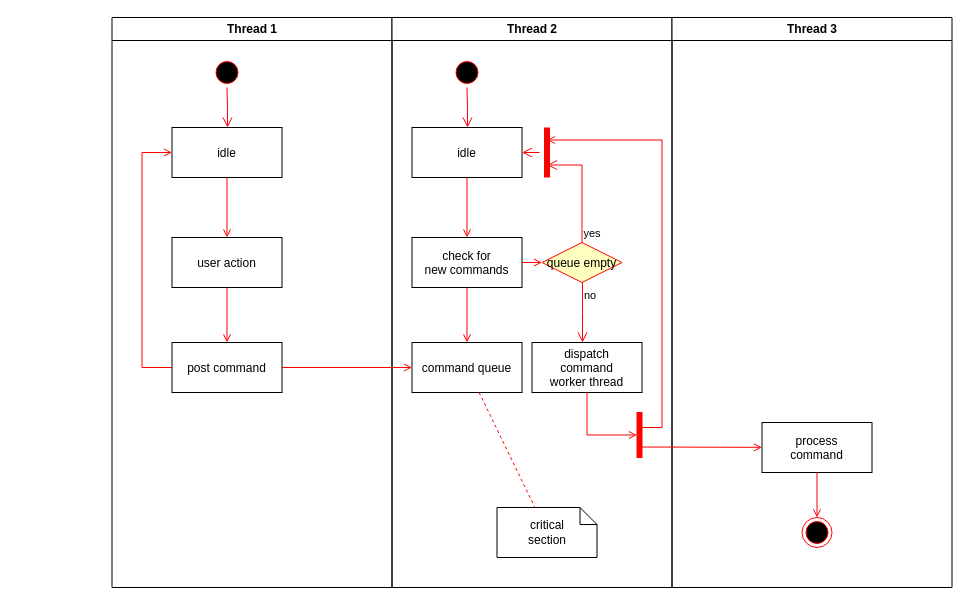
ern85/diagramas keeps this draw.io diagram as Diagrama teste.drawio. Above is the earlier version. Source tidied: cells renumbered, new cells numbered last; positions are measured from the earlier drawing's top-left corner, leaving out a move shared by most shapes. Both pictures are drawn from the tidied source at 100%, with x=0, y=0 at pixel (111, 17).
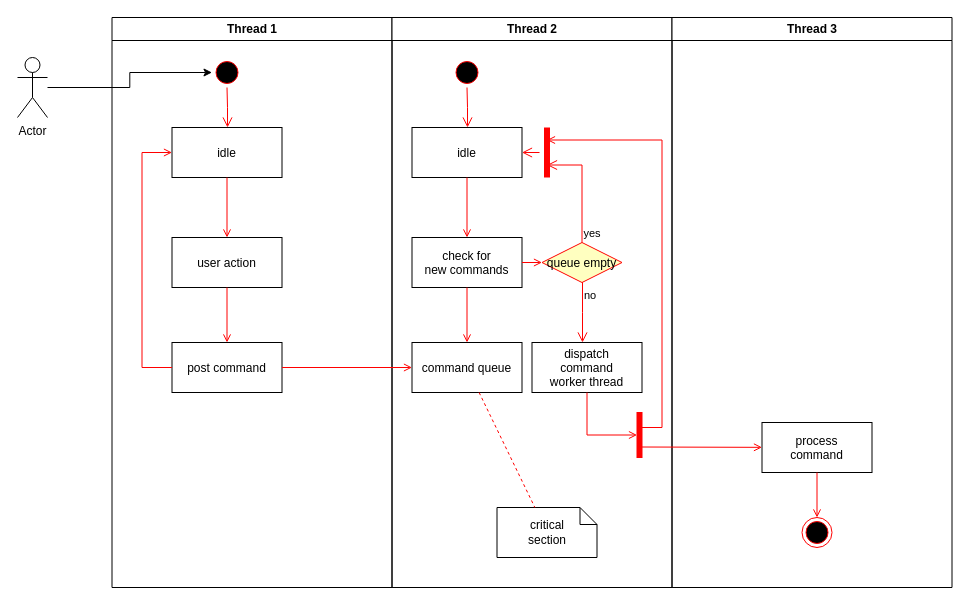
The same page after the edit.

Unchanged cells that the change refers to:
```xml
<mxCell id="3" style="ellipse;shape=startState;fillColor=#000000;strokeColor=#ff0000;" parent="2" vertex="1">
  <mxGeometry x="100" y="40" width="30" height="30" as="geometry" />
</mxCell>
```

What changed in the source:
```diff
@@
+    <mxCell id="37" style="edgeStyle=orthogonalEdgeStyle;rounded=0;jettySize=auto;html=1;" parent="1" edge="1" source="38" target="3">
+      <mxGeometry relative="1" as="geometry" />
+    </mxCell>
+    <mxCell id="38" value="Actor" style="shape=umlActor;verticalLabelPosition=bottom;verticalAlign=top;html=1;outlineConnect=0;" parent="1" vertex="1">
+      <mxGeometry x="-94" y="40" width="30" height="60" as="geometry" />
+    </mxCell>
```
